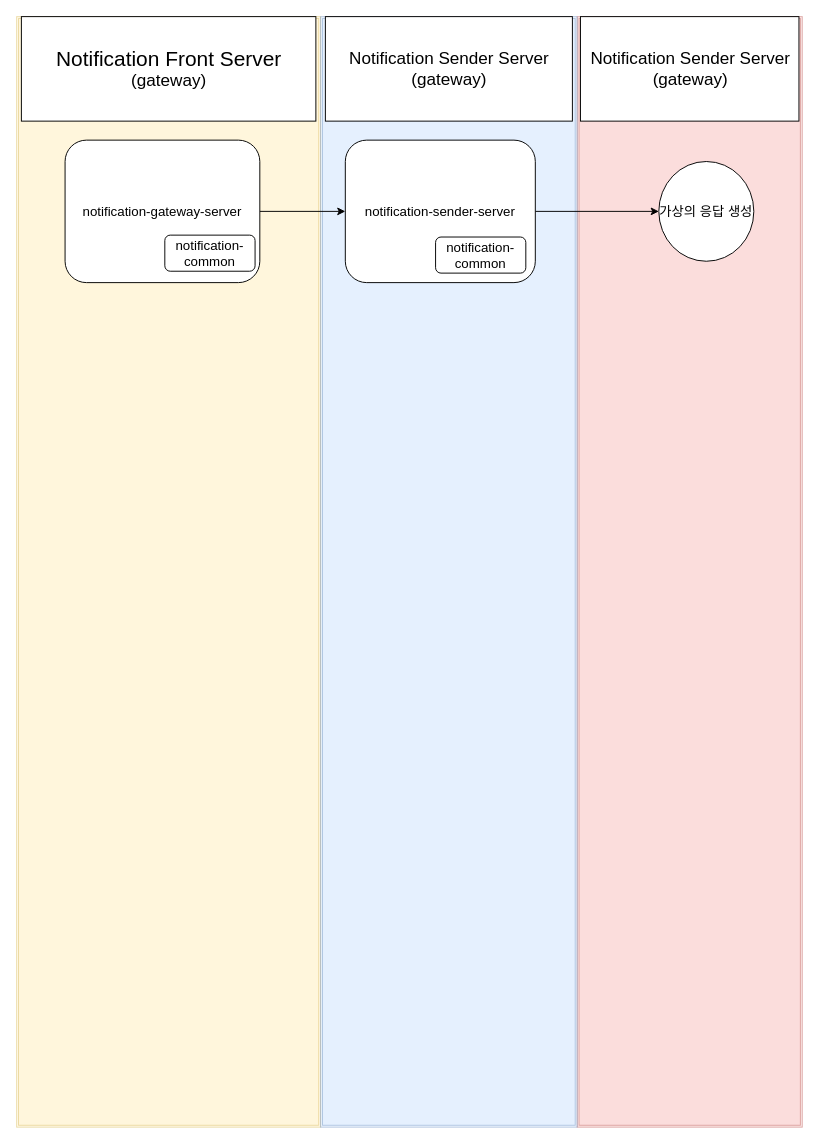
rojae/Tistory-Diagram keeps this draw.io diagram as page "멀티 모듈 구조" (1 of 4) of notification-server.drawio. Above is the earlier version. Source tidied: cells renumbered, new cells numbered last; positions are measured from the earlier drawing's top-left corner, leaving out a move shared by most shapes. Both pictures are drawn from the tidied source at 95%, with x=0, y=0 at pixel (16, 16).
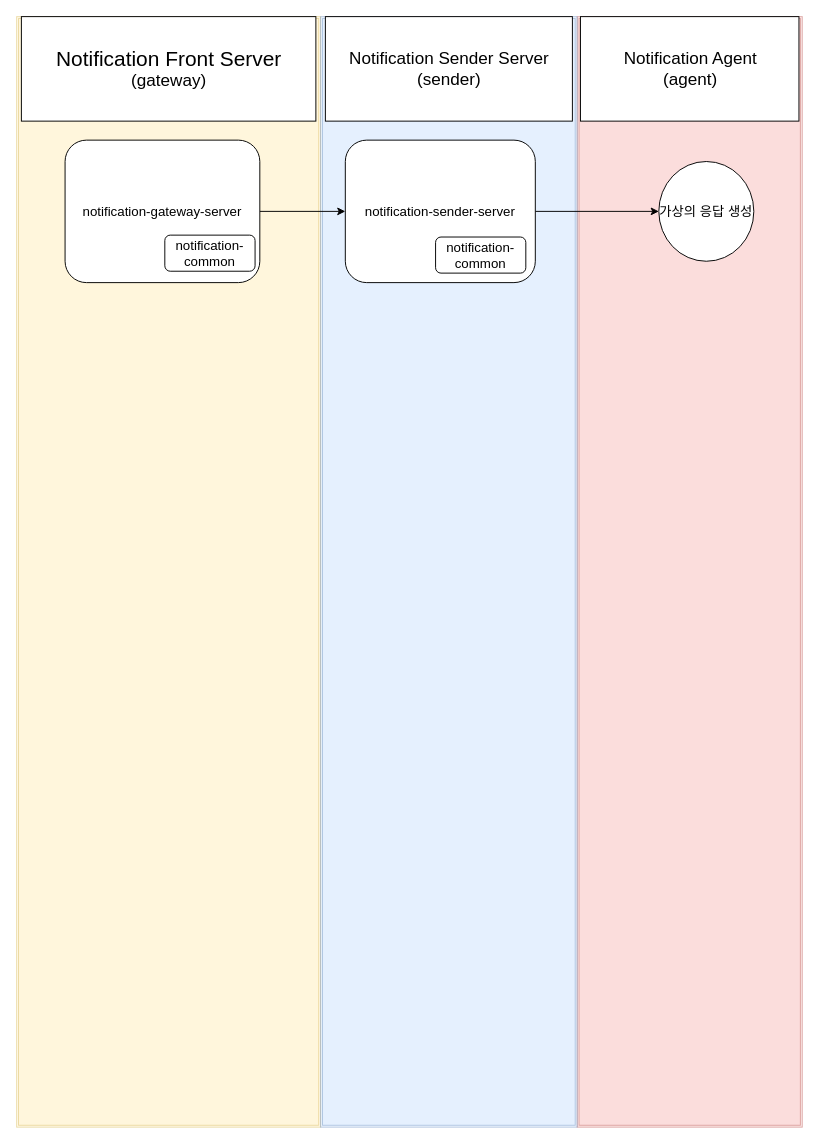
Above is the later version.

Diff of the diagram source:
```diff
@@
 <mxGraphModel>
   <root>
     <mxCell id="0" />
     <mxCell id="1" parent="0" />
     <mxCell id="2" style="shape=ext;double=1;rounded=0;whiteSpace=wrap;html=1;fillColor=#f8cecc;strokeColor=#b85450;sketch=0;opacity=45;" parent="1" vertex="1">
       <mxGeometry x="590" width="237" height="1169" as="geometry" />
     </mxCell>
     <mxCell id="3" style="shape=ext;double=1;rounded=0;whiteSpace=wrap;html=1;fillColor=#fff2cc;strokeColor=#d6b656;sketch=0;opacity=45;" parent="1" vertex="1">
       <mxGeometry width="320" height="1169" as="geometry" />
     </mxCell>
     <mxCell id="4" style="shape=ext;double=1;rounded=0;whiteSpace=wrap;html=1;fillColor=#dae8fc;strokeColor=#6c8ebf;sketch=0;opacity=45;" parent="1" vertex="1">
       <mxGeometry x="320" width="270" height="1169" as="geometry" />
     </mxCell>
     <mxCell id="5" style="edgeStyle=orthogonalEdgeStyle;rounded=0;jettySize=auto;html=1;entryX=0;entryY=0.5;entryDx=0;entryDy=0;" parent="1" edge="1" source="6" target="9">
       <mxGeometry relative="1" as="geometry" />
     </mxCell>
     <mxCell id="6" value="notification-gateway-server" style="rounded=1;whiteSpace=wrap;html=1;fontSize=14;" parent="1" vertex="1">
       <mxGeometry x="51" y="130" width="205" height="150" as="geometry" />
     </mxCell>
     <mxCell id="7" value="notification-common" style="rounded=1;whiteSpace=wrap;html=1;fontSize=14;" parent="1" vertex="1">
       <mxGeometry x="156" y="230" width="95" height="38" as="geometry" />
     </mxCell>
     <mxCell id="8" style="edgeStyle=orthogonalEdgeStyle;rounded=0;jettySize=auto;html=1;" parent="1" edge="1" source="9" target="11">
       <mxGeometry relative="1" as="geometry" />
     </mxCell>
     <mxCell id="9" value="notification-sender-server" style="rounded=1;whiteSpace=wrap;html=1;fontSize=14;" parent="1" vertex="1">
       <mxGeometry x="346" y="130" width="200" height="150" as="geometry" />
     </mxCell>
     <mxCell id="10" value="notification-common" style="rounded=1;whiteSpace=wrap;html=1;fontSize=14;" parent="1" vertex="1">
       <mxGeometry x="441" y="232" width="95" height="38" as="geometry" />
     </mxCell>
     <mxCell id="11" value="가상의 응답 생성" style="ellipse;whiteSpace=wrap;html=1;fontSize=14;rounded=1;" parent="1" vertex="1">
       <mxGeometry x="676" y="152.5" width="100" height="105" as="geometry" />
     </mxCell>
     <mxCell id="12" value="&lt;font style=&quot;&quot;&gt;&lt;span style=&quot;font-size: 22px;&quot;&gt;Notification Front Server&lt;/span&gt;&lt;br&gt;&lt;font style=&quot;font-size: 18px;&quot;&gt;(gateway)&lt;/font&gt;&lt;/font&gt;" style="html=1;fontSize=10;" parent="1" vertex="1">
       <mxGeometry x="5" width="310" height="110" as="geometry" />
     </mxCell>
-    <mxCell id="13" value="&lt;font style=&quot;font-size: 18px;&quot;&gt;Notification Sender Server&lt;br&gt;(gateway)&lt;/font&gt;" style="html=1;fontSize=10;" parent="1" vertex="1">
+    <mxCell id="13" value="&lt;font style=&quot;font-size: 18px;&quot;&gt;Notification Sender Server&lt;br&gt;(sender)&lt;/font&gt;" style="html=1;fontSize=10;" parent="1" vertex="1">
       <mxGeometry x="325" width="260" height="110" as="geometry" />
     </mxCell>
-    <mxCell id="14" value="&lt;font style=&quot;font-size: 18px;&quot;&gt;Notification Sender Server&lt;br&gt;(gateway)&lt;/font&gt;" style="html=1;fontSize=10;" parent="1" vertex="1">
+    <mxCell id="14" value="&lt;font style=&quot;font-size: 18px;&quot;&gt;Notification Agent&lt;br&gt;(agent)&lt;/font&gt;" style="html=1;fontSize=10;" parent="1" vertex="1">
       <mxGeometry x="593.5" width="230" height="110" as="geometry" />
     </mxCell>
   </root>
 </mxGraphModel>
```
